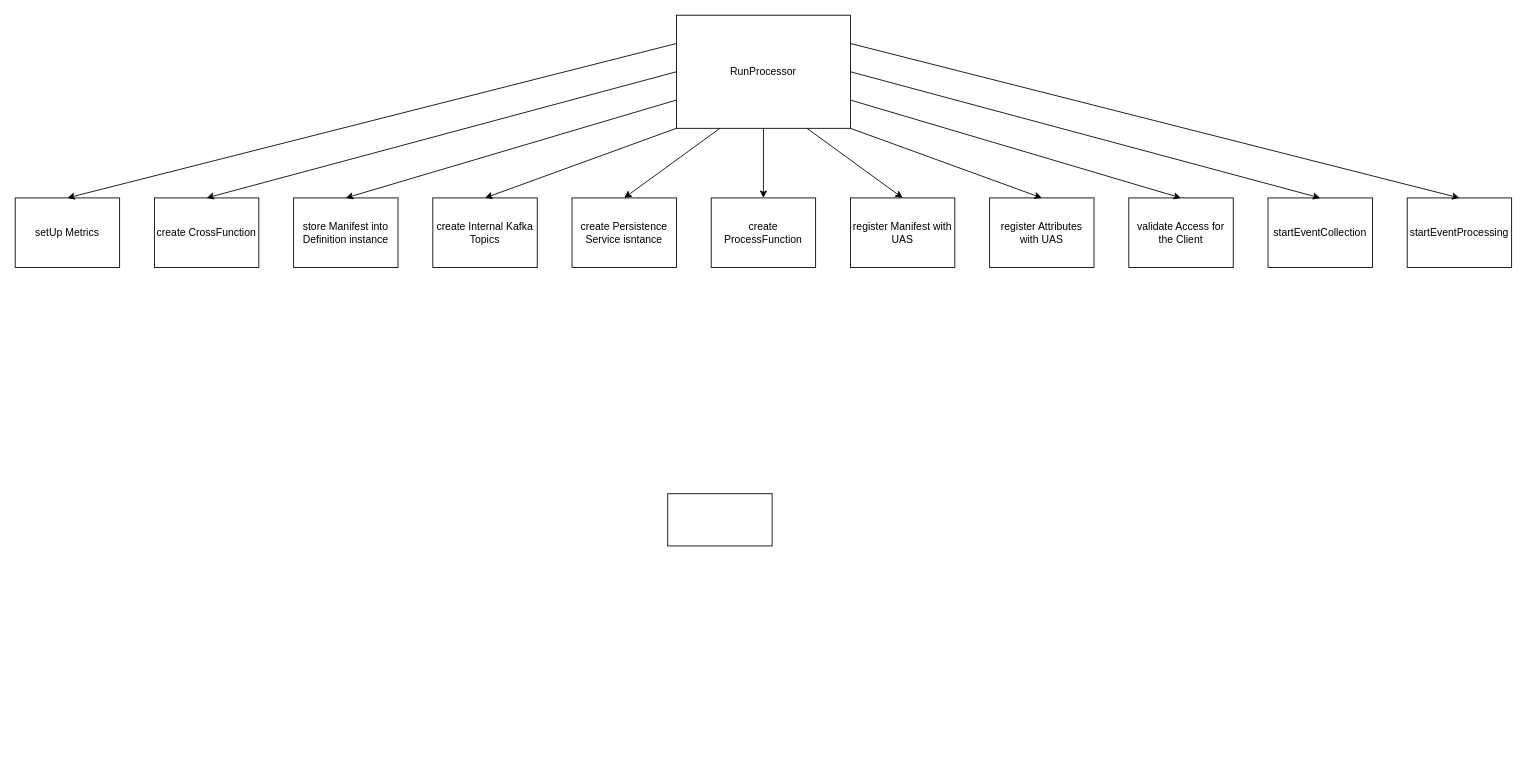
This is uas.drawio from b1pacific/drawio, a draw.io file, before an edit. Source tidied: cells renumbered, new cells numbered last; positions are measured from the earlier drawing's top-left corner, leaving out a move shared by most shapes. Both pictures are drawn from the tidied source at 87%, with x=0, y=0 at pixel (15, 15).
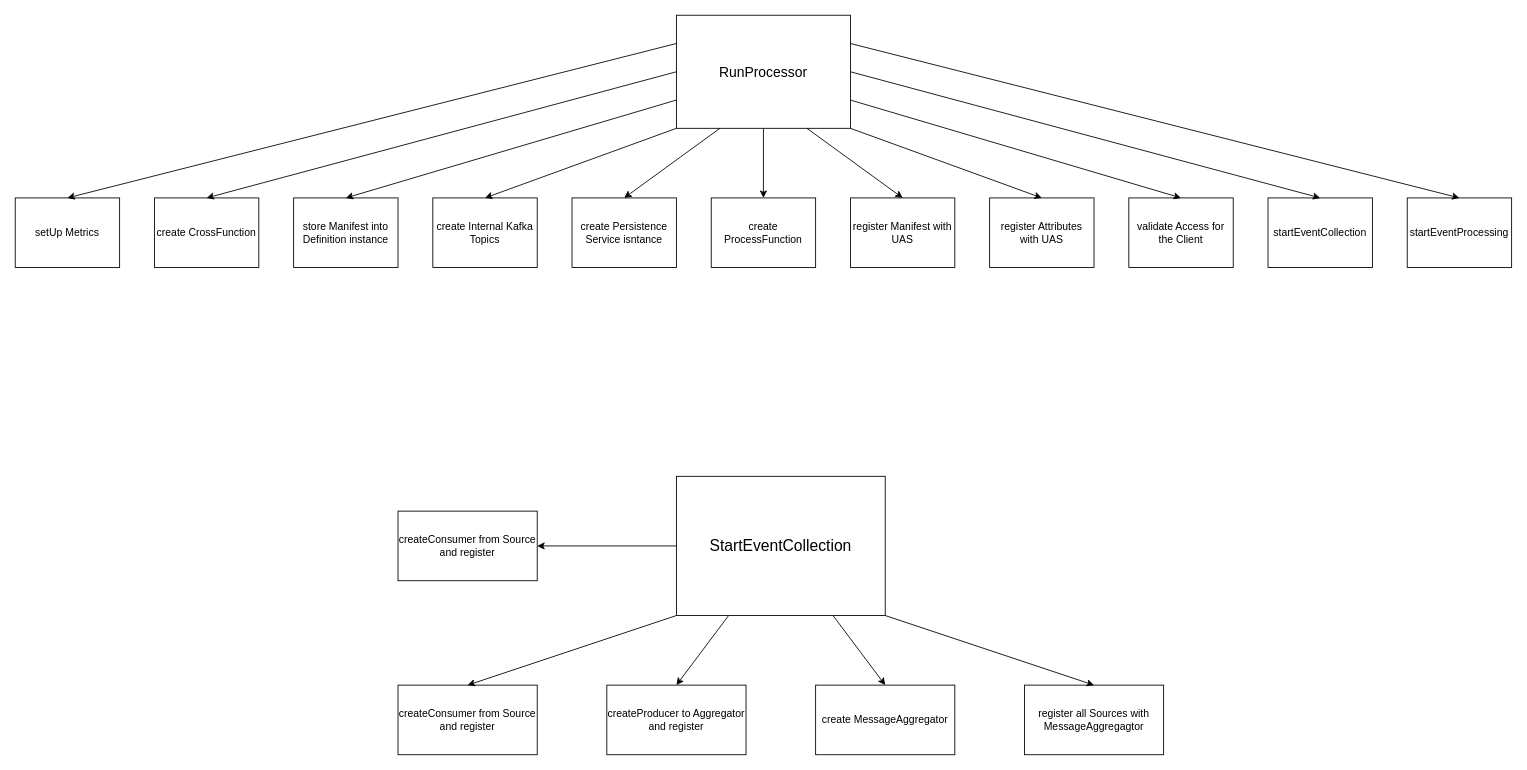
Above is the later version.

The edit, as a diff of the source:
```diff
@@
-    <mxCell id="3" value="RunProcessor" style="rounded=0;whiteSpace=wrap;html=1;" parent="1" vertex="1">
+    <mxCell id="3" value="&lt;font style=&quot;font-size: 16px;&quot;&gt;RunProcessor&lt;/font&gt;" style="rounded=0;whiteSpace=wrap;html=1;" parent="1" vertex="1">
       <mxGeometry x="760" width="200" height="130" as="geometry" />
     </mxCell>
@@
+    <mxCell id="26" style="edgeStyle=orthogonalEdgeStyle;rounded=0;jettySize=auto;html=1;entryX=1;entryY=0.5;entryDx=0;entryDy=0;" parent="1" edge="1" source="25" target="27">
+      <mxGeometry relative="1" as="geometry" />
+    </mxCell>
-    <mxCell id="25" style="rounded=0;whiteSpace=wrap;html=1;" parent="1" vertex="1">
-      <mxGeometry x="750" y="550" width="120" height="60" as="geometry" />
+    <mxCell id="25" value="&lt;font style=&quot;font-size: 18px;&quot;&gt;StartEventCollection&lt;/font&gt;" style="rounded=0;whiteSpace=wrap;html=1;" parent="1" vertex="1">
+      <mxGeometry x="760" y="530" width="240" height="160" as="geometry" />
     </mxCell>
+    <mxCell id="27" value="createConsumer from Source and register" style="rounded=0;whiteSpace=wrap;html=1;" parent="1" vertex="1">
+      <mxGeometry x="440" y="570" width="160" height="80" as="geometry" />
+    </mxCell>
+    <mxCell id="28" value="createConsumer from Source and register" style="rounded=0;whiteSpace=wrap;html=1;" parent="1" vertex="1">
+      <mxGeometry x="440" y="770" width="160" height="80" as="geometry" />
+    </mxCell>
+    <mxCell id="29" value="createProducer to Aggregator and register" style="rounded=0;whiteSpace=wrap;html=1;" parent="1" vertex="1">
+      <mxGeometry x="680" y="770" width="160" height="80" as="geometry" />
+    </mxCell>
+    <mxCell id="30" value="create MessageAggregator" style="rounded=0;whiteSpace=wrap;html=1;" parent="1" vertex="1">
+      <mxGeometry x="920" y="770" width="160" height="80" as="geometry" />
+    </mxCell>
+    <mxCell id="31" value="register all Sources with MessageAggregagtor" style="rounded=0;whiteSpace=wrap;html=1;" parent="1" vertex="1">
+      <mxGeometry x="1160" y="770" width="160" height="80" as="geometry" />
+    </mxCell>
+    <mxCell id="32" style="endArrow=classic;html=1;rounded=0;exitX=0;exitY=1;exitDx=0;exitDy=0;entryX=0.5;entryY=0;entryDx=0;entryDy=0;" parent="1" edge="1" source="25" target="28">
+      <mxGeometry relative="1" as="geometry" />
+    </mxCell>
+    <mxCell id="33" style="endArrow=classic;html=1;rounded=0;exitX=0.25;exitY=1;exitDx=0;exitDy=0;entryX=0.5;entryY=0;entryDx=0;entryDy=0;" parent="1" edge="1" source="25" target="29">
+      <mxGeometry relative="1" as="geometry" />
+    </mxCell>
+    <mxCell id="34" style="endArrow=classic;html=1;rounded=0;exitX=0.75;exitY=1;exitDx=0;exitDy=0;entryX=0.5;entryY=0;entryDx=0;entryDy=0;" parent="1" edge="1" source="25" target="30">
+      <mxGeometry relative="1" as="geometry" />
+    </mxCell>
+    <mxCell id="35" style="endArrow=classic;html=1;rounded=0;exitX=1;exitY=1;exitDx=0;exitDy=0;entryX=0.5;entryY=0;entryDx=0;entryDy=0;" parent="1" edge="1" source="25" target="31">
+      <mxGeometry relative="1" as="geometry" />
+    </mxCell>
```
